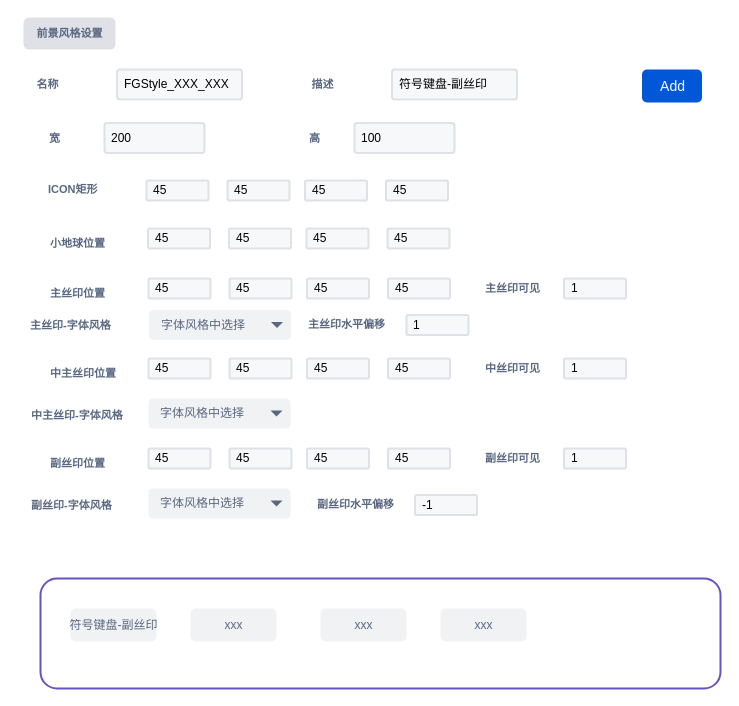
Earlier version of the draw.io diagram drawio/前景风格设置.drawio (chonglv/charts). Source tidied: cells renumbered, new cells numbered last; positions are measured from the earlier drawing's top-left corner, leaving out a move shared by most shapes. Both pictures are drawn from the tidied source at 100%, with x=0, y=0 at pixel (16, 18).
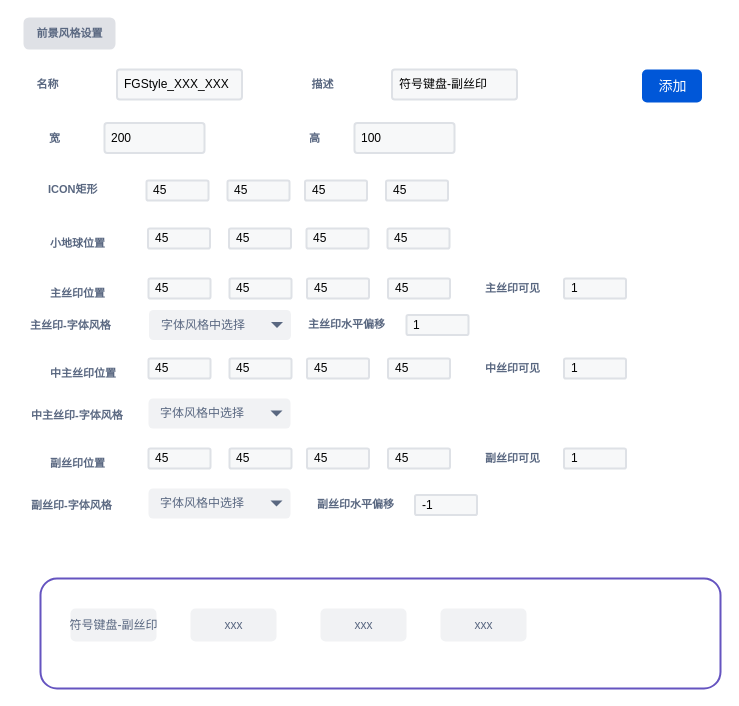
The same diagram, later.

Commit message:
更新前景风格设置.drawio

What changed in the source:
```diff
@@
-    <mxCell id="6" value="Add" style="rounded=1;fillColor=#0057D8;strokeColor=none;fontColor=#ffffff;align=center;verticalAlign=middle;fontStyle=0;fontSize=14;html=1;shadow=0;dashed=0;" parent="1" vertex="1">
+    <mxCell id="6" value="添加" style="rounded=1;fillColor=#0057D8;strokeColor=none;fontColor=#ffffff;align=center;verticalAlign=middle;fontStyle=0;fontSize=14;html=1;shadow=0;dashed=0;" parent="1" vertex="1">
       <mxGeometry x="625.5" y="51" width="60" height="33" as="geometry" />
     </mxCell>
```
